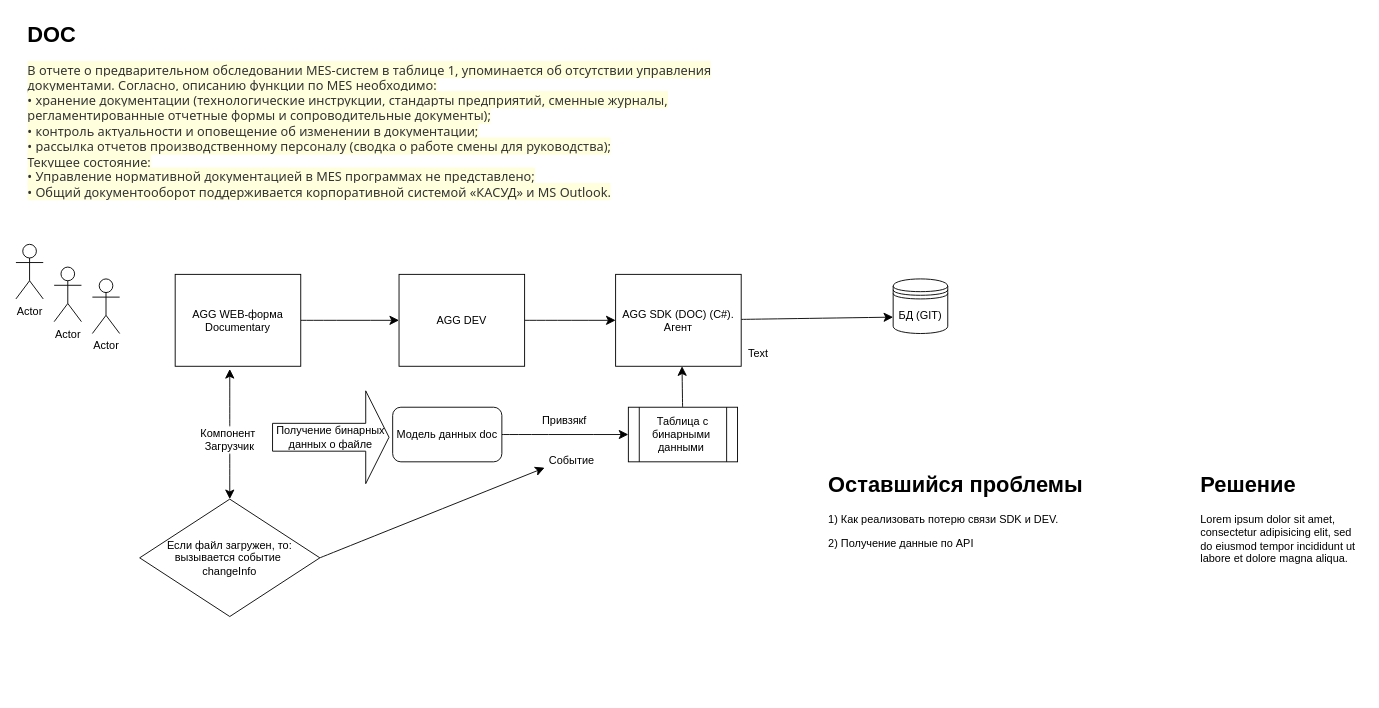
Above: Algoritm/DOC.drawio in IlinArtem78/module12 (draw.io), before the change. Source tidied: cells renumbered, new cells numbered last; positions are measured from the earlier drawing's top-left corner, leaving out a move shared by most shapes. Both pictures are drawn from the tidied source at 91%, with x=0, y=0 at pixel (15, 15).
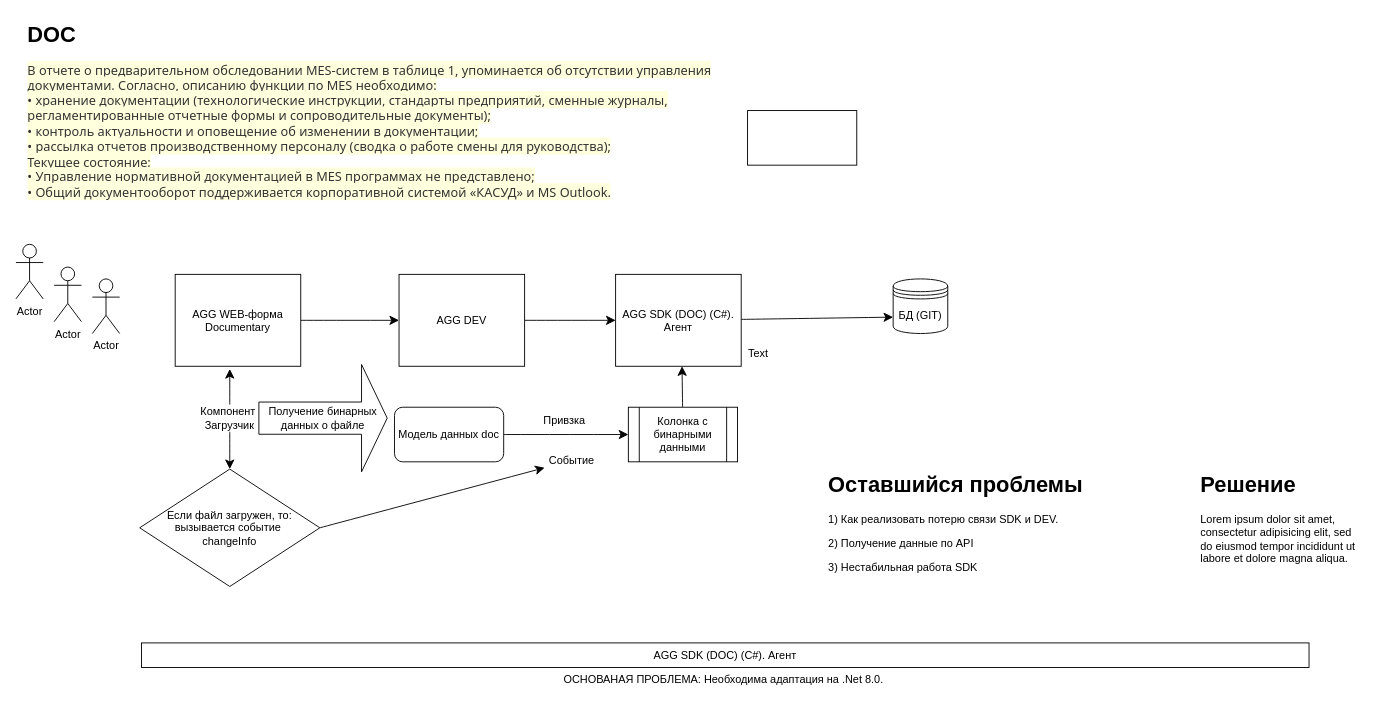
Above is the later version.

Diff of the diagram source:
```diff
@@
     <mxCell id="13" value="Компонент&amp;nbsp; Загрузчик" style="text;html=1;align=center;verticalAlign=middle;whiteSpace=wrap;rounded=0;" parent="1" vertex="1">
-      <mxGeometry x="205" y="451" width="60" height="30" as="geometry" />
+      <mxGeometry x="205" y="427" width="60" height="30" as="geometry" />
     </mxCell>
@@
     <mxCell id="15" value="Модель данных doc" style="rounded=1;whiteSpace=wrap;html=1;" parent="1" vertex="1">
-      <mxGeometry x="414" y="430" width="120" height="60" as="geometry" />
+      <mxGeometry x="416" y="430" width="120" height="60" as="geometry" />
     </mxCell>
     <mxCell id="16" value="Получение бинарных данных о файле" style="shape=singleArrow;whiteSpace=wrap;html=1;" parent="1" vertex="1">
-      <mxGeometry x="282" y="412" width="128" height="102" as="geometry" />
+      <mxGeometry x="267" y="383" width="141" height="118" as="geometry" />
     </mxCell>
-    <mxCell id="17" value="Привзякf" style="text;html=1;align=center;verticalAlign=middle;whiteSpace=wrap;rounded=0;" parent="1" vertex="1">
+    <mxCell id="17" value="Привзка" style="text;html=1;align=center;verticalAlign=middle;whiteSpace=wrap;rounded=0;" parent="1" vertex="1">
       <mxGeometry x="573" y="430" width="60" height="30" as="geometry" />
     </mxCell>
@@
-    <mxCell id="19" value="Таблица с бинарными&amp;nbsp; данными&amp;nbsp;" style="shape=process;whiteSpace=wrap;html=1;backgroundOutline=1;" parent="1" vertex="1">
+    <mxCell id="19" value="Колонка с бинарными данными" style="shape=process;whiteSpace=wrap;html=1;backgroundOutline=1;" parent="1" vertex="1">
       <mxGeometry x="673" y="430" width="120" height="60" as="geometry" />
     </mxCell>
@@
     <mxCell id="28" value="Если файл загружен, то: вызывается событие&amp;nbsp;&lt;div&gt;changeInfo&lt;/div&gt;" style="rhombus;whiteSpace=wrap;html=1;" parent="1" vertex="1">
-      <mxGeometry x="136" y="531" width="198" height="129" as="geometry" />
+      <mxGeometry x="136" y="498" width="198" height="129" as="geometry" />
     </mxCell>
-    <mxCell id="29" value="&lt;h1 style=&quot;margin-top: 0px;&quot;&gt;Оставшийся проблемы&lt;/h1&gt;&lt;p&gt;1) Как реализовать потерю связи SDK и DEV.&amp;nbsp;&lt;/p&gt;&lt;p&gt;2) Получение данные по API&amp;nbsp;&lt;/p&gt;" style="text;html=1;whiteSpace=wrap;overflow=hidden;rounded=0;" parent="1" vertex="1">
+    <mxCell id="29" value="&lt;h1 style=&quot;margin-top: 0px;&quot;&gt;Оставшийся проблемы&lt;/h1&gt;&lt;p&gt;1) Как реализовать потерю связи SDK и DEV.&amp;nbsp;&lt;/p&gt;&lt;p&gt;2) Получение данные по API&amp;nbsp;&lt;/p&gt;&lt;p&gt;3) Нестабильная работа SDK&lt;/p&gt;" style="text;html=1;whiteSpace=wrap;overflow=hidden;rounded=0;" parent="1" vertex="1">
       <mxGeometry x="891" y="495" width="311" height="120" as="geometry" />
     </mxCell>
@@
+    <mxCell id="31" style="rounded=0;whiteSpace=wrap;html=1;" parent="1" vertex="1">
+      <mxGeometry x="804" y="104" width="120" height="60" as="geometry" />
+    </mxCell>
+    <mxCell id="32" value="AGG SDK (DOC) (C#). Агент" style="rounded=0;whiteSpace=wrap;html=1;" parent="1" vertex="1">
+      <mxGeometry x="138" y="689" width="1283" height="27" as="geometry" />
+    </mxCell>
+    <mxCell id="33" style="edgeStyle=none;curved=1;rounded=0;orthogonalLoop=1;jettySize=auto;html=1;exitX=1;exitY=0;exitDx=0;exitDy=0;fontSize=12;startSize=8;endSize=8;" parent="1" edge="1" source="28" target="28">
+      <mxGeometry relative="1" as="geometry" />
+    </mxCell>
+    <mxCell id="34" value="ОСНОВАНАЯ ПРОБЛЕМА: Необходима адаптация на .Net 8.0.&amp;nbsp;" style="text;html=1;align=center;verticalAlign=middle;whiteSpace=wrap;rounded=0;" parent="1" vertex="1">
+      <mxGeometry x="147" y="714" width="1265" height="30" as="geometry" />
+    </mxCell>
```
